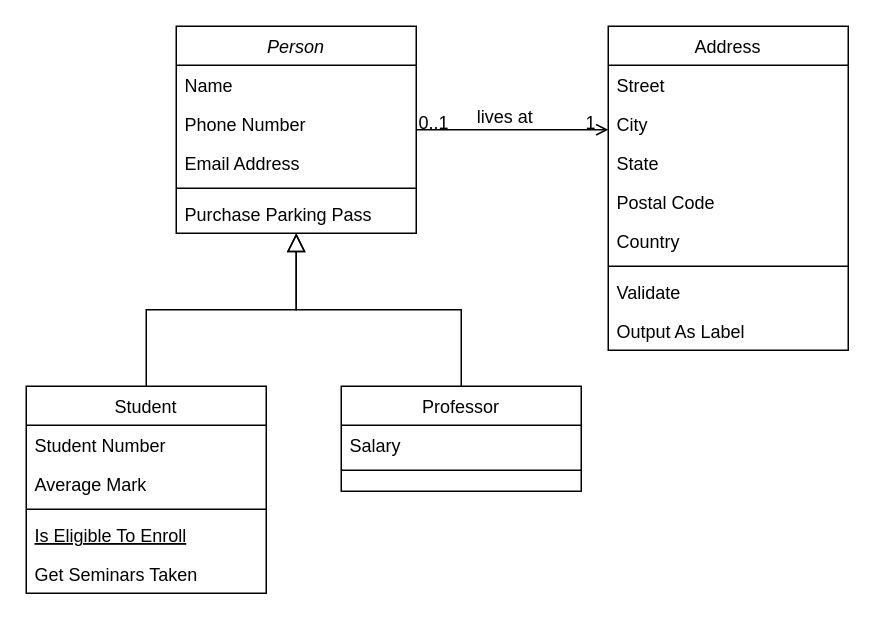
Above: zoologico1.drawio in joaonunez/diagramasClase (draw.io), before the change. Source tidied: cells renumbered, new cells numbered last; positions are measured from the earlier drawing's top-left corner, leaving out a move shared by most shapes. Both pictures are drawn from the tidied source at 150%, with x=0, y=0 at pixel (26, 26).
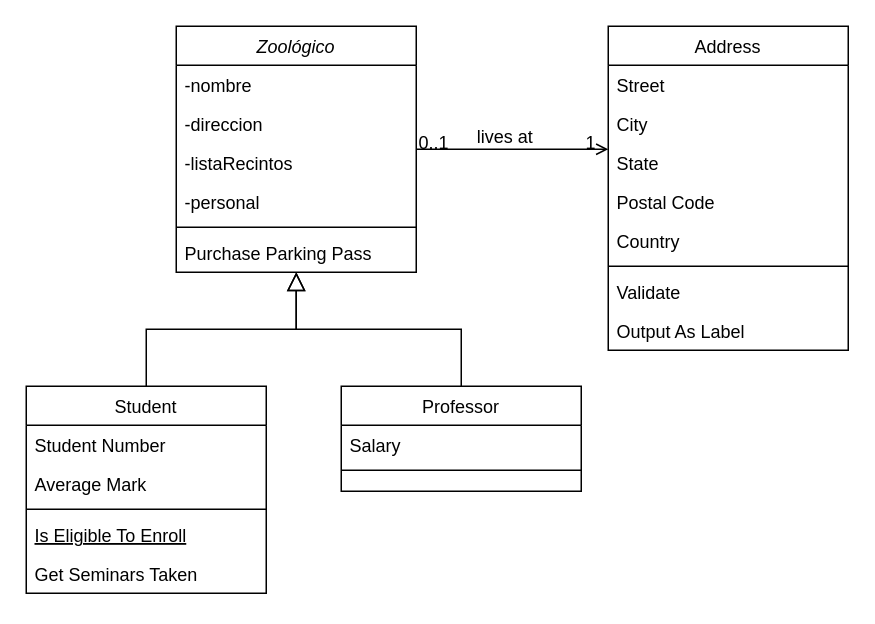
The same page after the edit.

Change to the diagram source:
```diff
@@
-    <mxCell id="2" value="Person" style="swimlane;fontStyle=2;align=center;verticalAlign=top;horizontal=1;startSize=26;rounded=0;shadow=0;strokeWidth=1;" parent="1" vertex="1">
-      <mxGeometry x="100" width="160" height="138" as="geometry" />
+    <mxCell id="2" value="Zoológico&#10;" style="swimlane;fontStyle=2;align=center;verticalAlign=top;horizontal=1;startSize=26;rounded=0;shadow=0;strokeWidth=1;" parent="1" vertex="1">
+      <mxGeometry x="100" width="160" height="164" as="geometry" />
     </mxCell>
-    <mxCell id="3" value="Name" style="text;align=left;verticalAlign=top;spacingLeft=4;spacingRight=4;overflow=hidden;" parent="2" vertex="1">
-      <mxGeometry y="26" width="160" height="26" as="geometry" />
-    </mxCell>
-    <mxCell id="4" value="Phone Number" style="text;align=left;verticalAlign=top;spacingLeft=4;spacingRight=4;overflow=hidden;rounded=0;shadow=0;html=0;" parent="2" vertex="1">
-      <mxGeometry y="52" width="160" height="26" as="geometry" />
+    <mxCell id="4" value="-nombre&#10;" style="text;align=left;verticalAlign=top;spacingLeft=4;spacingRight=4;overflow=hidden;rounded=0;shadow=0;html=0;" parent="2" vertex="1">
+      <mxGeometry y="26" width="160" height="26" as="geometry" />
     </mxCell>
-    <mxCell id="5" value="Email Address" style="text;align=left;verticalAlign=top;spacingLeft=4;spacingRight=4;overflow=hidden;rounded=0;shadow=0;html=0;" parent="2" vertex="1">
-      <mxGeometry y="78" width="160" height="26" as="geometry" />
+    <mxCell id="5" value="-direccion&#10;" style="text;align=left;verticalAlign=top;spacingLeft=4;spacingRight=4;overflow=hidden;rounded=0;shadow=0;html=0;" parent="2" vertex="1">
+      <mxGeometry y="52" width="160" height="26" as="geometry" />
     </mxCell>
+    <mxCell id="32" value="-listaRecintos" style="text;align=left;verticalAlign=top;spacingLeft=4;spacingRight=4;overflow=hidden;rounded=0;shadow=0;html=0;" parent="2" vertex="1">
+      <mxGeometry y="78" width="160" height="26" as="geometry" />
+    </mxCell>
+    <mxCell id="33" value="-personal&#10;" style="text;align=left;verticalAlign=top;spacingLeft=4;spacingRight=4;overflow=hidden;rounded=0;shadow=0;html=0;" parent="2" vertex="1">
+      <mxGeometry y="104" width="160" height="26" as="geometry" />
+    </mxCell>
     <mxCell id="6" style="line;html=1;strokeWidth=1;align=left;verticalAlign=middle;spacingTop=-1;spacingLeft=3;spacingRight=3;labelPosition=right;" parent="2" vertex="1">
-      <mxGeometry y="104" width="160" height="8" as="geometry" />
+      <mxGeometry y="130" width="160" height="8" as="geometry" />
     </mxCell>
     <mxCell id="7" value="Purchase Parking Pass" style="text;align=left;verticalAlign=top;spacingLeft=4;spacingRight=4;overflow=hidden;" parent="2" vertex="1">
-      <mxGeometry y="112" width="160" height="26" as="geometry" />
+      <mxGeometry y="138" width="160" height="26" as="geometry" />
     </mxCell>
```
